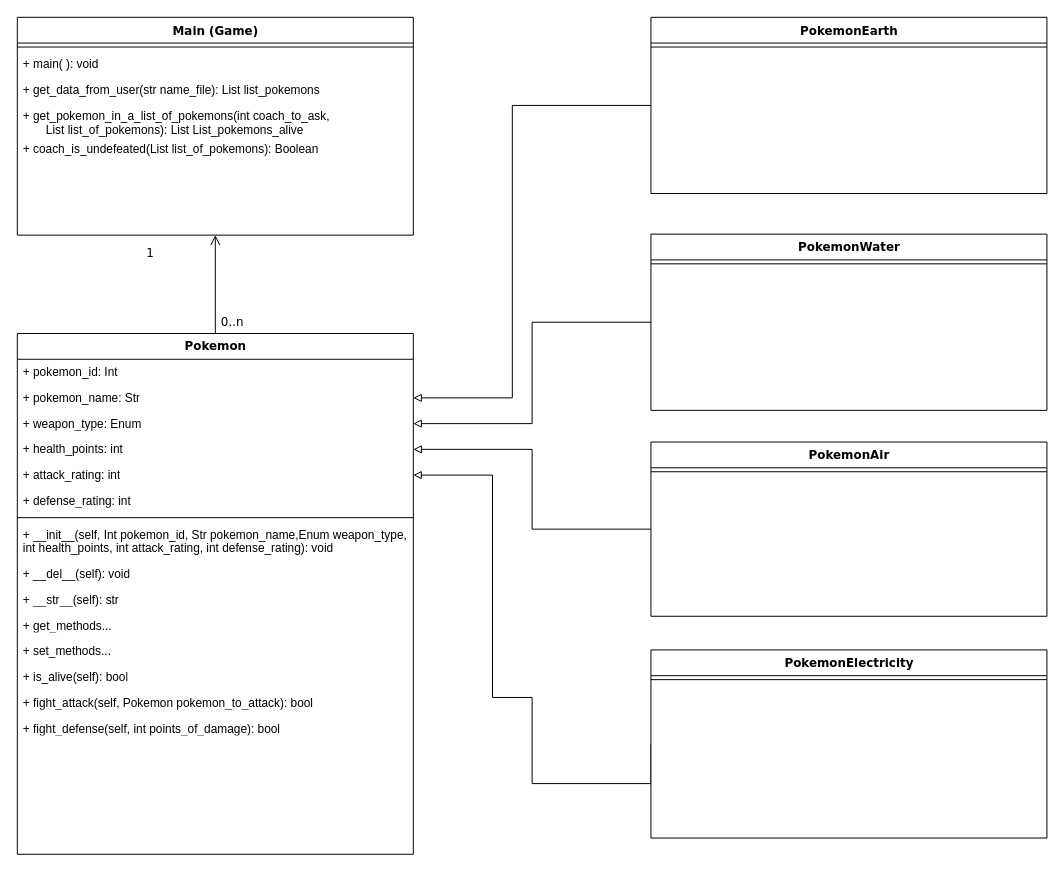
Earlier version of the draw.io diagram page "UML" (1 of 2) of ExamenParcial.drawio (seerraa16/Parcial_pokemon). Source tidied: cells renumbered, new cells numbered last; positions are measured from the earlier drawing's top-left corner, leaving out a move shared by most shapes. Both pictures are drawn from the tidied source at 99%, with x=0, y=0 at pixel (17, 17).
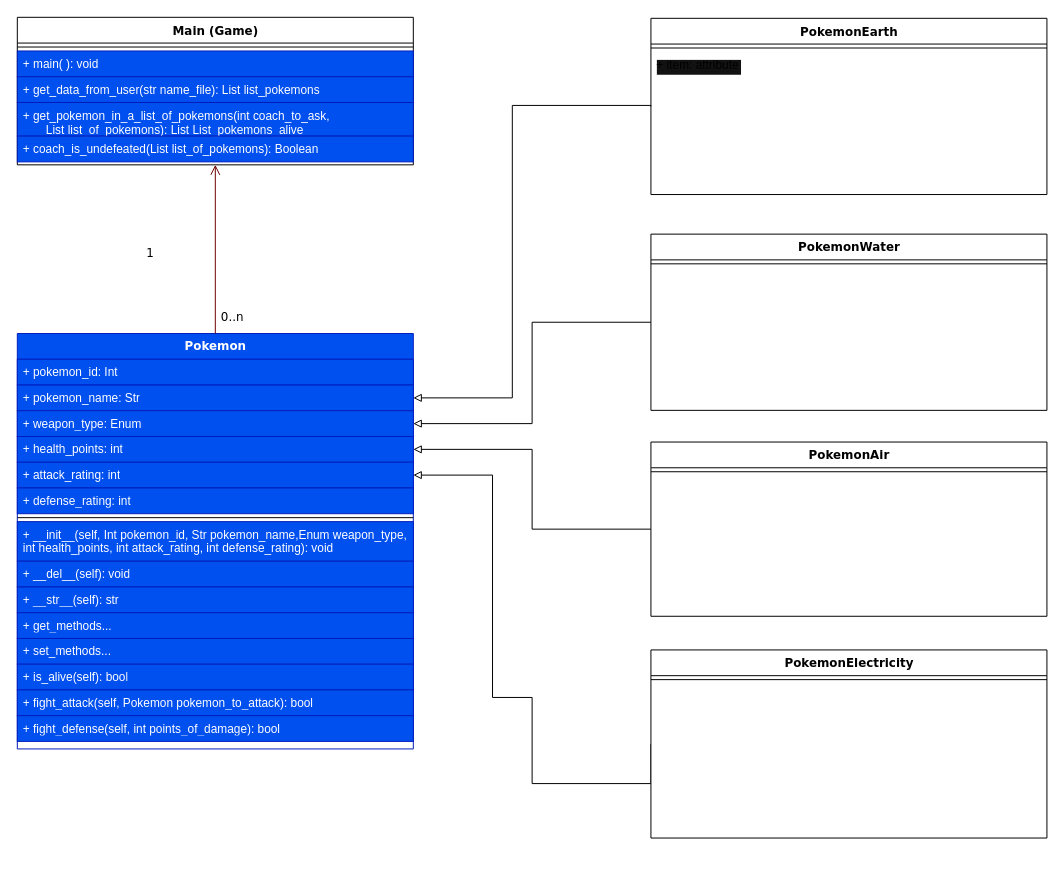
The same diagram, later.

Change to the diagram source:
```diff
@@
-    <mxCell id="2" value="Main (Game)" style="swimlane;html=1;fontStyle=1;align=center;verticalAlign=top;horizontal=1;startSize=26;swimlaneFillColor=#ffffff;rounded=0;shadow=0;comic=0;labelBackgroundColor=none;strokeWidth=1;fillColor=none;fontFamily=Verdana;fontSize=12;" parent="1" vertex="1">
-      <mxGeometry width="400" height="220" as="geometry" />
+    <mxCell id="2" value="Main (Game)" style="swimlane;html=1;fontStyle=1;align=center;verticalAlign=top;horizontal=1;startSize=26;swimlaneFillColor=#ffffff;rounded=0;shadow=0;comic=0;labelBackgroundColor=none;strokeWidth=1;fontFamily=Verdana;fontSize=12;" parent="1" vertex="1">
+      <mxGeometry width="400" height="149" as="geometry" />
     </mxCell>
@@
-    <mxCell id="4" value="+ main( ): void" style="text;html=1;strokeColor=none;fillColor=none;align=left;verticalAlign=top;spacingLeft=4;spacingRight=4;whiteSpace=wrap;overflow=hidden;" parent="2" vertex="1">
+    <mxCell id="4" value="+ main( ): void" style="text;html=1;strokeColor=#001DBC;fillColor=#0050ef;align=left;verticalAlign=top;spacingLeft=4;spacingRight=4;whiteSpace=wrap;overflow=hidden;fontColor=#ffffff;" parent="2" vertex="1">
       <mxGeometry y="34" width="400" height="26" as="geometry" />
     </mxCell>
-    <mxCell id="5" value="+ get_data_from_user(str name_file): List list_pokemons" style="text;html=1;strokeColor=none;fillColor=none;align=left;verticalAlign=top;spacingLeft=4;spacingRight=4;whiteSpace=wrap;overflow=hidden;" parent="2" vertex="1">
+    <mxCell id="5" value="+ get_data_from_user(str name_file): List list_pokemons" style="text;html=1;strokeColor=#001DBC;fillColor=#0050ef;align=left;verticalAlign=top;spacingLeft=4;spacingRight=4;whiteSpace=wrap;overflow=hidden;fontColor=#ffffff;" parent="2" vertex="1">
       <mxGeometry y="60" width="400" height="26" as="geometry" />
     </mxCell>
-    <mxCell id="6" value="+ get_pokemon_in_a_list_of_pokemons(int coach_to_ask,&lt;br&gt;&amp;nbsp; &amp;nbsp; &amp;nbsp; &amp;nbsp;List list_of_pokemons): List List_pokemons_alive" style="text;html=1;strokeColor=none;fillColor=none;align=left;verticalAlign=top;spacingLeft=4;spacingRight=4;whiteSpace=wrap;overflow=hidden;" parent="2" vertex="1">
+    <mxCell id="6" value="+ get_pokemon_in_a_list_of_pokemons(int coach_to_ask,&lt;br&gt;&amp;nbsp; &amp;nbsp; &amp;nbsp; &amp;nbsp;List list_of_pokemons): List List_pokemons_alive" style="text;html=1;strokeColor=#001DBC;fillColor=#0050ef;align=left;verticalAlign=top;spacingLeft=4;spacingRight=4;whiteSpace=wrap;overflow=hidden;fontColor=#ffffff;" parent="2" vertex="1">
       <mxGeometry y="86" width="400" height="34" as="geometry" />
     </mxCell>
-    <mxCell id="7" value="+ coach_is_undefeated(List list_of_pokemons): Boolean" style="text;html=1;strokeColor=none;fillColor=none;align=left;verticalAlign=top;spacingLeft=4;spacingRight=4;whiteSpace=wrap;overflow=hidden;" parent="2" vertex="1">
+    <mxCell id="7" value="+ coach_is_undefeated(List list_of_pokemons): Boolean" style="text;html=1;align=left;verticalAlign=top;spacingLeft=4;spacingRight=4;whiteSpace=wrap;overflow=hidden;fillColor=#0050ef;fontColor=#ffffff;strokeColor=#001DBC;" parent="2" vertex="1">
       <mxGeometry y="120" width="400" height="26" as="geometry" />
     </mxCell>
@@
-    <mxCell id="17" value="Pokemon" style="swimlane;html=1;fontStyle=1;align=center;verticalAlign=top;horizontal=1;startSize=26;swimlaneFillColor=#ffffff;rounded=0;shadow=0;comic=0;labelBackgroundColor=none;strokeWidth=1;fillColor=none;fontFamily=Verdana;fontSize=12;" parent="1" vertex="1">
-      <mxGeometry y="319.4" width="400" height="526" as="geometry" />
+    <mxCell id="17" value="Pokemon" style="swimlane;html=1;fontStyle=1;align=center;verticalAlign=top;horizontal=1;startSize=26;swimlaneFillColor=#ffffff;rounded=0;shadow=0;comic=0;labelBackgroundColor=none;strokeWidth=1;fontFamily=Verdana;fontSize=12;fillColor=#0050ef;fontColor=#ffffff;strokeColor=#001DBC;" parent="1" vertex="1">
+      <mxGeometry y="319.4" width="400" height="419.6" as="geometry" />
     </mxCell>
-    <mxCell id="18" value="+ pokemon_id: Int" style="text;html=1;strokeColor=none;fillColor=none;align=left;verticalAlign=top;spacingLeft=4;spacingRight=4;whiteSpace=wrap;overflow=hidden;" parent="17" vertex="1">
+    <mxCell id="18" value="+ pokemon_id: Int" style="text;html=1;strokeColor=#001DBC;fillColor=#0050ef;align=left;verticalAlign=top;spacingLeft=4;spacingRight=4;whiteSpace=wrap;overflow=hidden;fontColor=#ffffff;" parent="17" vertex="1">
       <mxGeometry y="26" width="400" height="26" as="geometry" />
     </mxCell>
-    <mxCell id="19" value="+ pokemon_name: Str" style="text;html=1;strokeColor=none;fillColor=none;align=left;verticalAlign=top;spacingLeft=4;spacingRight=4;whiteSpace=wrap;overflow=hidden;points=[[0,0.5],[1,0.5]];portConstraint=eastwest;" parent="17" vertex="1">
+    <mxCell id="19" value="+ pokemon_name: Str" style="text;html=1;strokeColor=#001DBC;fillColor=#0050ef;align=left;verticalAlign=top;spacingLeft=4;spacingRight=4;whiteSpace=wrap;overflow=hidden;points=[[0,0.5],[1,0.5]];portConstraint=eastwest;fontColor=#ffffff;" parent="17" vertex="1">
       <mxGeometry y="52" width="400" height="26" as="geometry" />
     </mxCell>
-    <mxCell id="20" value="+ weapon_type: Enum" style="text;html=1;strokeColor=none;fillColor=none;align=left;verticalAlign=top;spacingLeft=4;spacingRight=4;whiteSpace=wrap;overflow=hidden;points=[[0,0.5],[1,0.5]];portConstraint=eastwest;" parent="17" vertex="1">
+    <mxCell id="20" value="+ weapon_type: Enum" style="text;html=1;strokeColor=#001DBC;fillColor=#0050ef;align=left;verticalAlign=top;spacingLeft=4;spacingRight=4;whiteSpace=wrap;overflow=hidden;points=[[0,0.5],[1,0.5]];portConstraint=eastwest;fontColor=#ffffff;" parent="17" vertex="1">
       <mxGeometry y="78" width="400" height="26" as="geometry" />
     </mxCell>
-    <mxCell id="21" value="+ health_points: int" style="text;html=1;strokeColor=none;fillColor=none;align=left;verticalAlign=top;spacingLeft=4;spacingRight=4;whiteSpace=wrap;overflow=hidden;points=[[0,0.5],[1,0.5]];portConstraint=eastwest;" parent="17" vertex="1">
+    <mxCell id="21" value="+ health_points: int" style="text;html=1;strokeColor=#001DBC;fillColor=#0050ef;align=left;verticalAlign=top;spacingLeft=4;spacingRight=4;whiteSpace=wrap;overflow=hidden;points=[[0,0.5],[1,0.5]];portConstraint=eastwest;fontColor=#ffffff;" parent="17" vertex="1">
       <mxGeometry y="104" width="400" height="26" as="geometry" />
     </mxCell>
-    <mxCell id="22" value="+ attack_rating: int" style="text;html=1;strokeColor=none;fillColor=none;align=left;verticalAlign=top;spacingLeft=4;spacingRight=4;whiteSpace=wrap;overflow=hidden;points=[[0,0.5],[1,0.5]];portConstraint=eastwest;" parent="17" vertex="1">
+    <mxCell id="22" value="+ attack_rating: int" style="text;html=1;align=left;verticalAlign=top;spacingLeft=4;spacingRight=4;whiteSpace=wrap;overflow=hidden;points=[[0,0.5],[1,0.5]];portConstraint=eastwest;fillColor=#0050ef;fontColor=#ffffff;strokeColor=#001DBC;" parent="17" vertex="1">
       <mxGeometry y="130" width="400" height="26" as="geometry" />
     </mxCell>
-    <mxCell id="23" value="+ defense_rating: int" style="text;html=1;strokeColor=none;fillColor=none;align=left;verticalAlign=top;spacingLeft=4;spacingRight=4;whiteSpace=wrap;overflow=hidden;" parent="17" vertex="1">
+    <mxCell id="23" value="+ defense_rating: int" style="text;html=1;strokeColor=#001DBC;fillColor=#0050ef;align=left;verticalAlign=top;spacingLeft=4;spacingRight=4;whiteSpace=wrap;overflow=hidden;fontColor=#ffffff;" parent="17" vertex="1">
       <mxGeometry y="156" width="400" height="26" as="geometry" />
     </mxCell>
@@
-    <mxCell id="25" value="+ __init__(self, Int pokemon_id, Str pokemon_name,Enum weapon_type, int health_points, int attack_rating, int defense_rating): void" style="text;html=1;strokeColor=none;fillColor=none;align=left;verticalAlign=top;spacingLeft=4;spacingRight=4;whiteSpace=wrap;overflow=hidden;" parent="17" vertex="1">
+    <mxCell id="25" value="+ __init__(self, Int pokemon_id, Str pokemon_name,Enum weapon_type, int health_points, int attack_rating, int defense_rating): void" style="text;html=1;strokeColor=#001DBC;fillColor=#0050ef;align=left;verticalAlign=top;spacingLeft=4;spacingRight=4;whiteSpace=wrap;overflow=hidden;fontColor=#ffffff;" parent="17" vertex="1">
       <mxGeometry y="190" width="400" height="40" as="geometry" />
     </mxCell>
-    <mxCell id="26" value="+ __del__(self): void" style="text;html=1;strokeColor=none;fillColor=none;align=left;verticalAlign=top;spacingLeft=4;spacingRight=4;whiteSpace=wrap;overflow=hidden;" parent="17" vertex="1">
+    <mxCell id="26" value="+ __del__(self): void" style="text;html=1;strokeColor=#001DBC;fillColor=#0050ef;align=left;verticalAlign=top;spacingLeft=4;spacingRight=4;whiteSpace=wrap;overflow=hidden;fontColor=#ffffff;" parent="17" vertex="1">
       <mxGeometry y="230" width="400" height="26" as="geometry" />
     </mxCell>
-    <mxCell id="27" value="+ __str__(self): str" style="text;html=1;strokeColor=none;fillColor=none;align=left;verticalAlign=top;spacingLeft=4;spacingRight=4;whiteSpace=wrap;overflow=hidden;" parent="17" vertex="1">
+    <mxCell id="27" value="+ __str__(self): str" style="text;html=1;strokeColor=#001DBC;fillColor=#0050ef;align=left;verticalAlign=top;spacingLeft=4;spacingRight=4;whiteSpace=wrap;overflow=hidden;fontColor=#ffffff;" parent="17" vertex="1">
       <mxGeometry y="256" width="400" height="26" as="geometry" />
     </mxCell>
-    <mxCell id="28" value="+ get_methods..." style="text;html=1;strokeColor=none;fillColor=none;align=left;verticalAlign=top;spacingLeft=4;spacingRight=4;whiteSpace=wrap;overflow=hidden;" parent="17" vertex="1">
+    <mxCell id="28" value="+ get_methods..." style="text;html=1;strokeColor=#001DBC;fillColor=#0050ef;align=left;verticalAlign=top;spacingLeft=4;spacingRight=4;whiteSpace=wrap;overflow=hidden;fontColor=#ffffff;" parent="17" vertex="1">
       <mxGeometry y="282" width="400" height="26" as="geometry" />
     </mxCell>
-    <mxCell id="29" value="+ set_methods..." style="text;html=1;strokeColor=none;fillColor=none;align=left;verticalAlign=top;spacingLeft=4;spacingRight=4;whiteSpace=wrap;overflow=hidden;" parent="17" vertex="1">
+    <mxCell id="29" value="+ set_methods..." style="text;html=1;strokeColor=#001DBC;fillColor=#0050ef;align=left;verticalAlign=top;spacingLeft=4;spacingRight=4;whiteSpace=wrap;overflow=hidden;fontColor=#ffffff;" parent="17" vertex="1">
       <mxGeometry y="308" width="400" height="26" as="geometry" />
     </mxCell>
-    <mxCell id="30" value="+ is_alive(self): bool" style="text;html=1;strokeColor=none;fillColor=none;align=left;verticalAlign=top;spacingLeft=4;spacingRight=4;whiteSpace=wrap;overflow=hidden;" parent="17" vertex="1">
+    <mxCell id="30" value="+ is_alive(self): bool" style="text;html=1;strokeColor=#001DBC;fillColor=#0050ef;align=left;verticalAlign=top;spacingLeft=4;spacingRight=4;whiteSpace=wrap;overflow=hidden;fontColor=#ffffff;" parent="17" vertex="1">
       <mxGeometry y="334" width="400" height="26" as="geometry" />
     </mxCell>
-    <mxCell id="31" value="+ fight_attack(self, Pokemon pokemon_to_attack): bool" style="text;html=1;strokeColor=none;fillColor=none;align=left;verticalAlign=top;spacingLeft=4;spacingRight=4;whiteSpace=wrap;overflow=hidden;" parent="17" vertex="1">
+    <mxCell id="31" value="+ fight_attack(self, Pokemon pokemon_to_attack): bool" style="text;html=1;strokeColor=#001DBC;fillColor=#0050ef;align=left;verticalAlign=top;spacingLeft=4;spacingRight=4;whiteSpace=wrap;overflow=hidden;fontColor=#ffffff;" parent="17" vertex="1">
       <mxGeometry y="360" width="400" height="26" as="geometry" />
     </mxCell>
-    <mxCell id="32" value="+ fight_defense(self, int points_of_damage): bool" style="text;html=1;strokeColor=none;fillColor=none;align=left;verticalAlign=top;spacingLeft=4;spacingRight=4;whiteSpace=wrap;overflow=hidden;" parent="17" vertex="1">
+    <mxCell id="32" value="+ fight_defense(self, int points_of_damage): bool" style="text;html=1;strokeColor=#001DBC;fillColor=#0050ef;align=left;verticalAlign=top;spacingLeft=4;spacingRight=4;whiteSpace=wrap;overflow=hidden;fontColor=#ffffff;" parent="17" vertex="1">
       <mxGeometry y="386" width="400" height="26" as="geometry" />
     </mxCell>
-    <mxCell id="33" style="edgeStyle=orthogonalEdgeStyle;rounded=0;html=1;labelBackgroundColor=none;startArrow=open;startFill=0;startSize=8;endArrow=none;endFill=0;endSize=16;fontFamily=Verdana;fontSize=12;entryX=0.5;entryY=0;entryDx=0;entryDy=0;exitX=0.5;exitY=1;exitDx=0;exitDy=0;" parent="1" edge="1" source="2" target="17">
+    <mxCell id="33" style="edgeStyle=orthogonalEdgeStyle;rounded=0;html=1;labelBackgroundColor=none;startArrow=open;startFill=0;startSize=8;endArrow=none;endFill=0;endSize=16;fontFamily=Verdana;fontSize=12;entryX=0.5;entryY=0;entryDx=0;entryDy=0;exitX=0.5;exitY=1;exitDx=0;exitDy=0;fillColor=#a20025;strokeColor=#6F0000;" parent="1" edge="1" source="2" target="17">
       <mxGeometry relative="1" as="geometry" />
     </mxCell>
@@
-    <mxCell id="36" value="PokemonEarth" style="swimlane;html=1;fontStyle=1;align=center;verticalAlign=top;horizontal=1;startSize=26;swimlaneFillColor=#ffffff;rounded=0;shadow=0;comic=0;labelBackgroundColor=none;strokeWidth=1;fillColor=none;fontFamily=Verdana;fontSize=12;" parent="1" vertex="1">
-      <mxGeometry x="640" width="400" height="178" as="geometry" />
+    <mxCell id="36" value="PokemonEarth" style="swimlane;html=1;fontStyle=1;align=center;verticalAlign=top;horizontal=1;startSize=26;swimlaneFillColor=#ffffff;rounded=0;shadow=0;comic=0;labelBackgroundColor=none;strokeWidth=1;fontFamily=Verdana;fontSize=12;" parent="1" vertex="1">
+      <mxGeometry x="640" y="1" width="400" height="178" as="geometry" />
     </mxCell>
@@
+    <mxCell id="39" value="+ item: attribute" style="text;strokeColor=none;fillColor=none;align=left;verticalAlign=top;spacingLeft=4;spacingRight=4;overflow=hidden;labelBackgroundColor=#121212;" parent="36" vertex="1">
+      <mxGeometry y="34" width="400" height="26" as="geometry" />
+    </mxCell>
```
